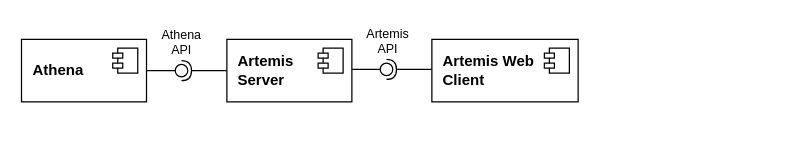
The draw.io diagram page "overview-presentation" (3 of 10) of figures/src/subsystem-decomposition.drawio in pal03377/master-thesis, before the edit. Source tidied: cells renumbered, new cells numbered last; positions are measured from the earlier drawing's top-left corner, leaving out a move shared by most shapes. Both pictures are drawn from the tidied source at 125%, with x=0, y=0 at pixel (21, 21).
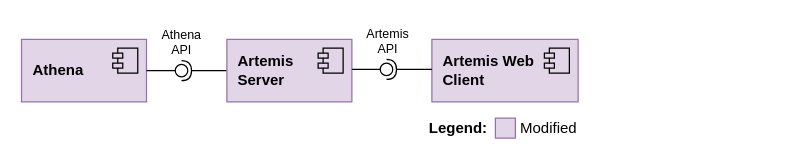
Above is the later version.

What changed in the source:
```diff
@@
-    <mxCell id="2" value="&lt;b&gt;Athena&lt;/b&gt;" style="html=1;whiteSpace=wrap;align=left;spacingLeft=7;" parent="1" vertex="1">
+    <mxCell id="2" value="&lt;b&gt;Athena&lt;/b&gt;" style="html=1;whiteSpace=wrap;align=left;spacingLeft=7;fillColor=#e1d5e7;strokeColor=#9673a6;" parent="1" vertex="1">
       <mxGeometry x="-0.3" y="14" width="100" height="50" as="geometry" />
     </mxCell>
-    <mxCell id="3" style="shape=module;jettyWidth=8;jettyHeight=4;" parent="2" vertex="1">
+    <mxCell id="3" style="shape=module;jettyWidth=8;jettyHeight=4;fillColor=none;" parent="2" vertex="1">
       <mxGeometry x="1" width="20" height="20" relative="1" as="geometry">
         <mxPoint x="-27" y="7" as="offset" />
       </mxGeometry>
     </mxCell>
@@
-    <mxCell id="8" value="&lt;b&gt;Artemis&lt;br&gt;Server&lt;br&gt;&lt;/b&gt;" style="html=1;whiteSpace=wrap;align=left;spacingLeft=7;" parent="1" vertex="1">
+    <mxCell id="8" value="&lt;b&gt;Artemis&lt;br&gt;Server&lt;br&gt;&lt;/b&gt;" style="html=1;whiteSpace=wrap;align=left;spacingLeft=7;fillColor=#e1d5e7;strokeColor=#9673a6;" parent="1" vertex="1">
       <mxGeometry x="164" y="14" width="100" height="50" as="geometry" />
     </mxCell>
-    <mxCell id="9" style="shape=module;jettyWidth=8;jettyHeight=4;" parent="8" vertex="1">
+    <mxCell id="9" style="shape=module;jettyWidth=8;jettyHeight=4;fillColor=none;" parent="8" vertex="1">
       <mxGeometry x="1" width="20" height="20" relative="1" as="geometry">
         <mxPoint x="-27" y="7" as="offset" />
       </mxGeometry>
     </mxCell>
-    <mxCell id="10" value="&lt;b&gt;Artemis Web&lt;br&gt;Client&lt;br&gt;&lt;/b&gt;" style="html=1;whiteSpace=wrap;align=left;spacingLeft=7;" parent="1" vertex="1">
+    <mxCell id="10" value="&lt;b&gt;Artemis Web&lt;br&gt;Client&lt;br&gt;&lt;/b&gt;" style="html=1;whiteSpace=wrap;align=left;spacingLeft=7;fillColor=#e1d5e7;strokeColor=#9673a6;" parent="1" vertex="1">
       <mxGeometry x="328" y="14" width="117" height="50" as="geometry" />
     </mxCell>
-    <mxCell id="11" style="shape=module;jettyWidth=8;jettyHeight=4;" parent="10" vertex="1">
+    <mxCell id="11" style="shape=module;jettyWidth=8;jettyHeight=4;fillColor=none;" parent="10" vertex="1">
       <mxGeometry x="1" width="20" height="20" relative="1" as="geometry">
         <mxPoint x="-27" y="7" as="offset" />
       </mxGeometry>
     </mxCell>
@@
+    <mxCell id="16" style="group;" parent="1" vertex="1">
+      <mxGeometry x="324" y="69" width="290" height="31" as="geometry" />
+    </mxCell>
+    <mxCell id="17" value="Legend:" style="text;html=1;strokeColor=none;fillColor=none;align=left;verticalAlign=middle;whiteSpace=wrap;rounded=0;fontStyle=1;" parent="16" vertex="1">
+      <mxGeometry y="1" width="60" height="30" as="geometry" />
+    </mxCell>
+    <mxCell id="18" style="rounded=0;whiteSpace=wrap;html=1;fillColor=#e1d5e7;strokeColor=#9673a6;" parent="16" vertex="1">
+      <mxGeometry x="54.8" y="8" width="16" height="16" as="geometry" />
+    </mxCell>
+    <mxCell id="19" value="Modified" style="text;html=1;strokeColor=none;fillColor=none;align=left;verticalAlign=middle;whiteSpace=wrap;rounded=0;fontStyle=0;" parent="16" vertex="1">
+      <mxGeometry x="73.2" y="1" width="60" height="30" as="geometry" />
+    </mxCell>
```
